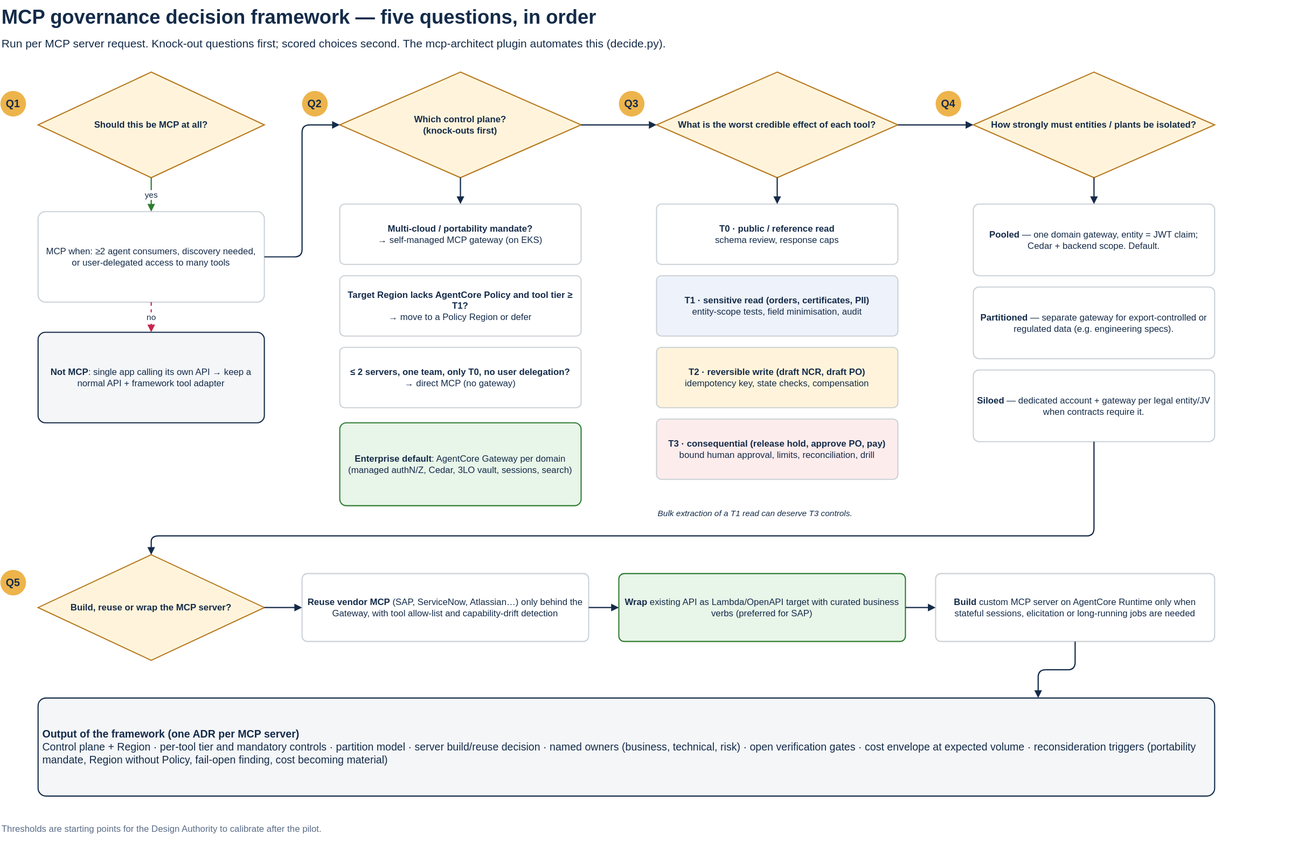
Before: docs/diagrams/04-decision-framework.svg, a diagram exported from draw.io (KBoudich/agentcore-mcp-governance). Source tidied: cells renumbered, new cells last; positions are measured from the earlier drawing's top-left corner, leaving out a move shared by most shapes.
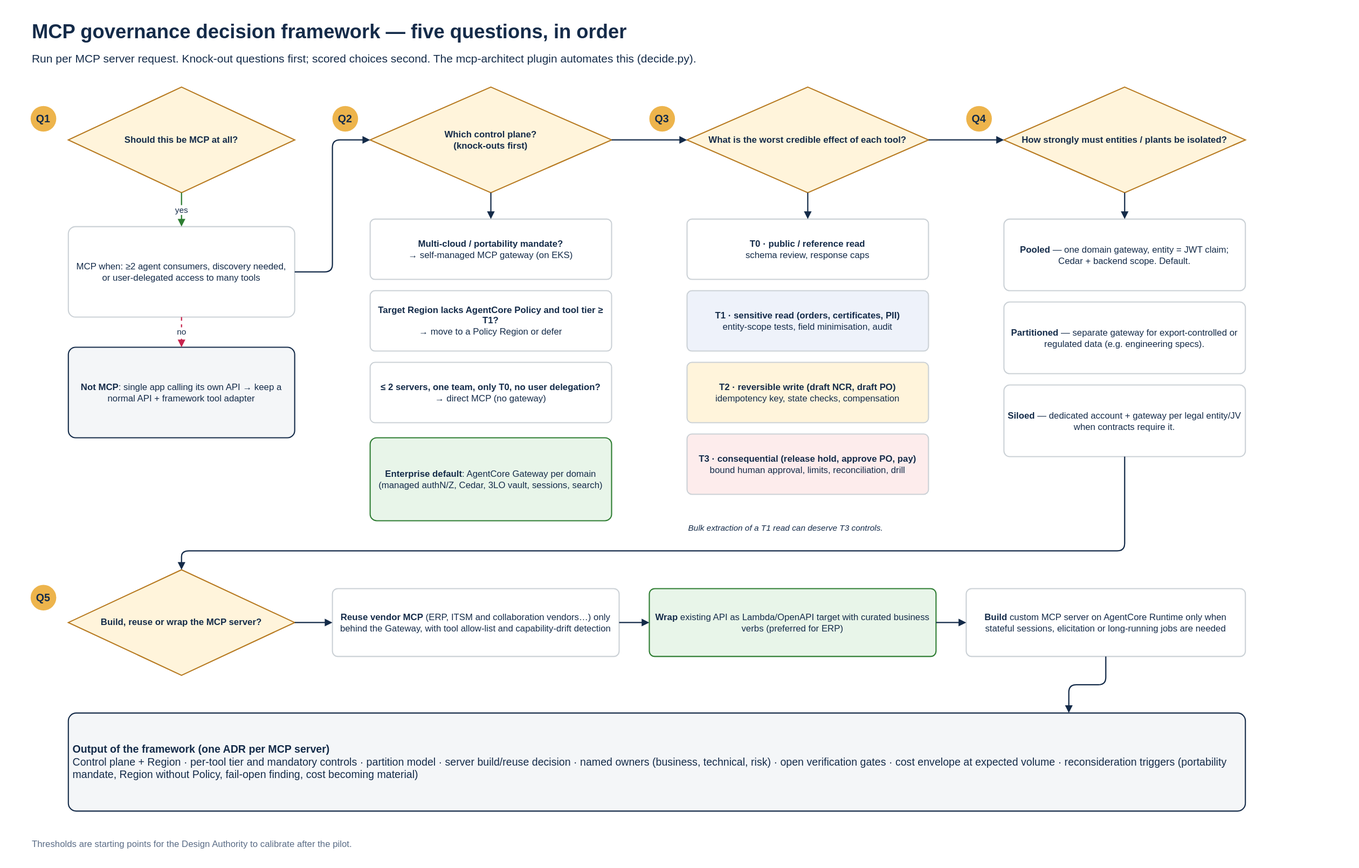
Later version of the same file.

Change to the diagram source:
```diff
@@ -2,6 +2,9 @@
   <root>
     <mxCell id="0" />
     <mxCell id="1" parent="0" />
+    <mxCell id="46" style="rounded=0;html=1;fillColor=#FFFFFF;strokeColor=none;" parent="1" vertex="1">
+      <mxGeometry x="-40" y="-20" width="1800" height="1150" as="geometry" />
+    </mxCell>
     <mxCell id="2" value="MCP governance decision framework — five questions, in order" style="text;html=1;whiteSpace=wrap;strokeColor=none;fillColor=none;align=left;verticalAlign=middle;fontFamily=Helvetica;fontSize=26;fontColor=#142B49;fontStyle=1;" parent="1" vertex="1">
       <mxGeometry width="1720" height="44" as="geometry" />
     </mxCell>
@@ -107,10 +110,10 @@
     <mxCell id="36" value="Build, reuse or wrap the MCP server?" style="rhombus;rounded=0;arcSize=8;whiteSpace=wrap;html=1;fillColor=#FFF4DB;strokeColor=#B7791F;strokeWidth=1.5;fontFamily=Helvetica;fontSize=12;fontColor=#142B49;fontStyle=1;dashed=0;align=center;spacing=6;" parent="1" vertex="1">
       <mxGeometry x="50" y="735" width="300" height="140" as="geometry" />
     </mxCell>
-    <mxCell id="37" value="&lt;b&gt;Reuse vendor MCP&lt;/b&gt; (SAP, ServiceNow, Atlassian…) only behind the Gateway, with tool allow-list and capability-drift detection" style="rounded=1;arcSize=8;whiteSpace=wrap;html=1;fillColor=#FFFFFF;strokeColor=#CBD1D6;strokeWidth=1.5;fontFamily=Helvetica;fontSize=12;fontColor=#142B49;fontStyle=0;dashed=0;align=center;spacing=6;" parent="1" vertex="1">
+    <mxCell id="37" value="&lt;b&gt;Reuse vendor MCP&lt;/b&gt; (ERP, ITSM and collaboration vendors…) only behind the Gateway, with tool allow-list and capability-drift detection" style="rounded=1;arcSize=8;whiteSpace=wrap;html=1;fillColor=#FFFFFF;strokeColor=#CBD1D6;strokeWidth=1.5;fontFamily=Helvetica;fontSize=12;fontColor=#142B49;fontStyle=0;dashed=0;align=center;spacing=6;" parent="1" vertex="1">
       <mxGeometry x="400" y="760" width="380" height="90" as="geometry" />
     </mxCell>
-    <mxCell id="38" value="&lt;b&gt;Wrap&lt;/b&gt; existing API as Lambda/OpenAPI target with curated business verbs (preferred for SAP)" style="rounded=1;arcSize=8;whiteSpace=wrap;html=1;fillColor=#E8F5E9;strokeColor=#2E7D32;strokeWidth=1.5;fontFamily=Helvetica;fontSize=12;fontColor=#142B49;fontStyle=0;dashed=0;align=center;spacing=6;" parent="1" vertex="1">
+    <mxCell id="38" value="&lt;b&gt;Wrap&lt;/b&gt; existing API as Lambda/OpenAPI target with curated business verbs (preferred for ERP)" style="rounded=1;arcSize=8;whiteSpace=wrap;html=1;fillColor=#E8F5E9;strokeColor=#2E7D32;strokeWidth=1.5;fontFamily=Helvetica;fontSize=12;fontColor=#142B49;fontStyle=0;dashed=0;align=center;spacing=6;" parent="1" vertex="1">
       <mxGeometry x="820" y="760" width="380" height="90" as="geometry" />
     </mxCell>
     <mxCell id="39" value="&lt;b&gt;Build&lt;/b&gt; custom MCP server on AgentCore Runtime only when stateful sessions, elicitation or long-running jobs are needed" style="rounded=1;arcSize=8;whiteSpace=wrap;html=1;fillColor=#FFFFFF;strokeColor=#CBD1D6;strokeWidth=1.5;fontFamily=Helvetica;fontSize=12;fontColor=#142B49;fontStyle=0;dashed=0;align=center;spacing=6;" parent="1" vertex="1">
```
